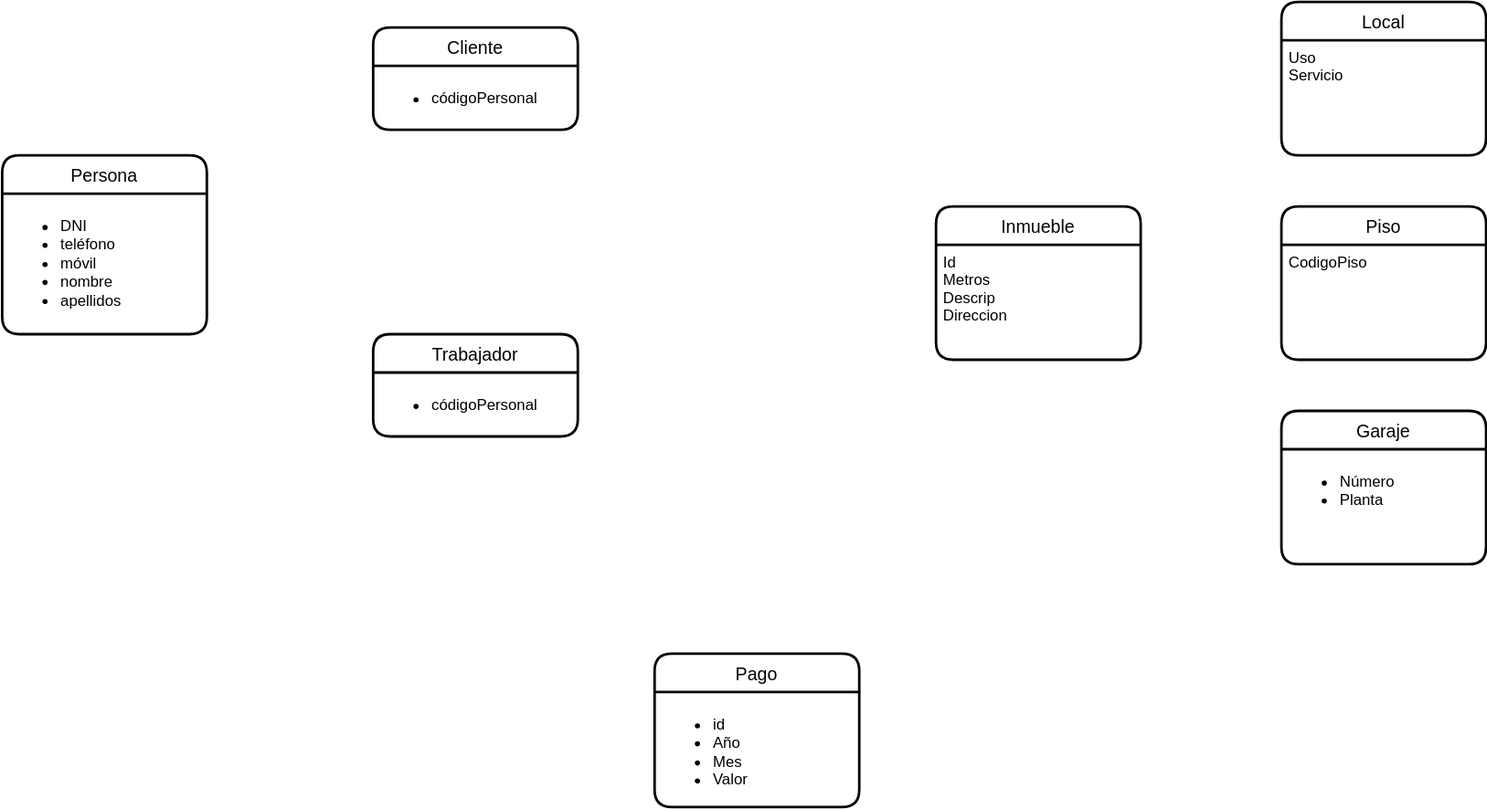
This is UD12-18.svg from Jimxx22/C3-UD11-UML, a draw.io export, as it was before one commit. Source tidied: cells renumbered, new cells last; positions are measured from the earlier drawing's top-left corner, leaving out a move shared by most shapes.
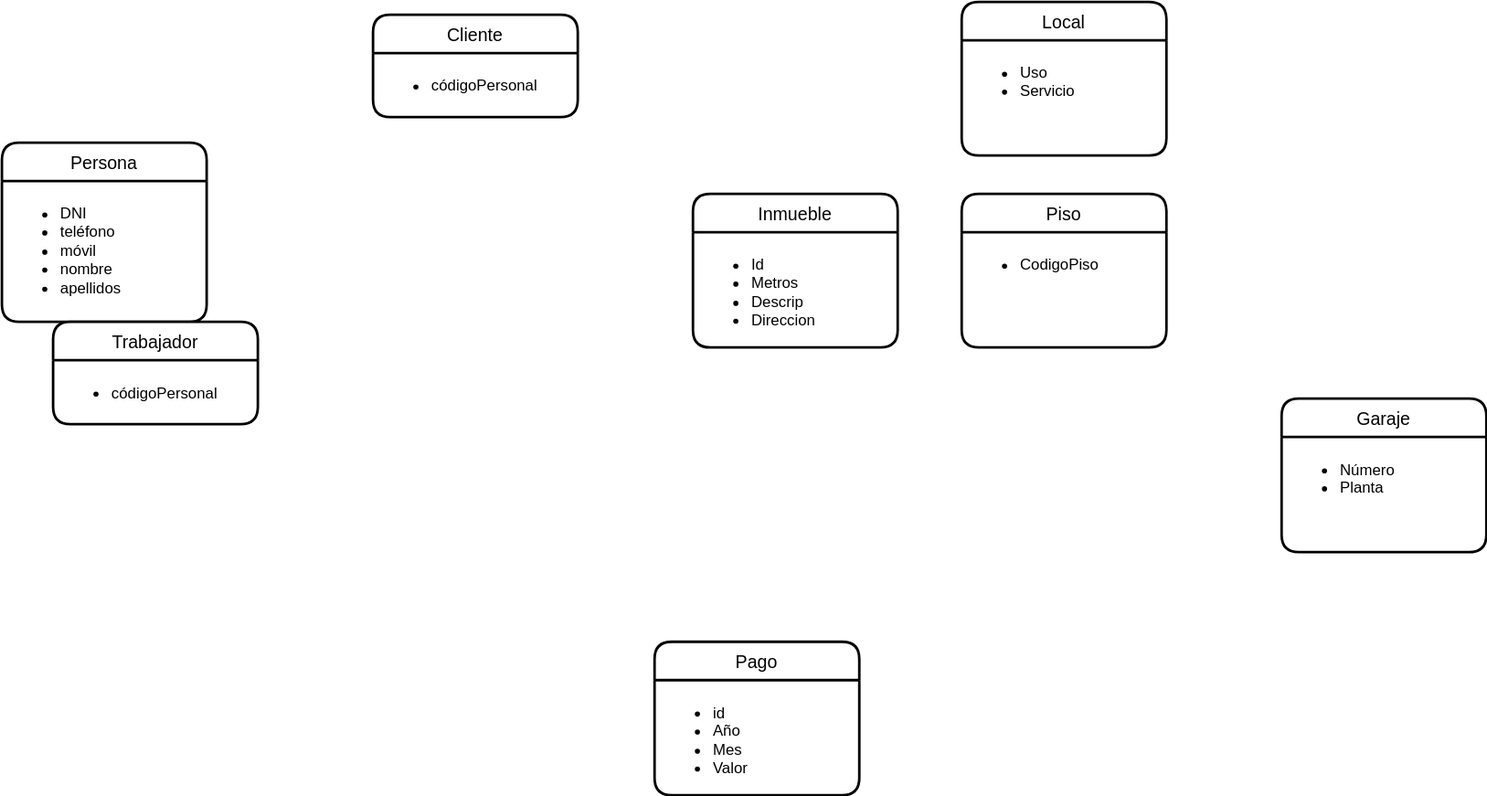
Later version of the same file.

Diff of the diagram source:
```diff
@@ -9,7 +9,7 @@
       <mxGeometry y="30" width="160" height="110" as="geometry" />
     </mxCell>
     <mxCell id="4" value="Trabajador" style="swimlane;horizontal=1;startSize=30;rounded=1;fontSize=14;fontStyle=0;strokeWidth=2;shadow=0;dashed=0;align=center;" parent="1" vertex="1">
-      <mxGeometry x="290" y="260" width="160" height="80" as="geometry" />
+      <mxGeometry x="40" y="260" width="160" height="80" as="geometry" />
     </mxCell>
     <mxCell id="5" value="&lt;ul&gt;&lt;li&gt;códigoPersonal&lt;/li&gt;&lt;/ul&gt;" style="align=left;strokeColor=none;fillColor=none;spacingLeft=4;fontSize=12;verticalAlign=top;html=1;" parent="4" vertex="1">
       <mxGeometry y="30" width="160" height="50" as="geometry" />
@@ -21,15 +21,15 @@
       <mxGeometry y="30" width="160" height="50" as="geometry" />
     </mxCell>
     <mxCell id="8" value="Inmueble" style="swimlane;horizontal=1;startSize=30;rounded=1;fontSize=14;fontStyle=0;strokeWidth=2;shadow=0;dashed=0;align=center;" parent="1" vertex="1">
-      <mxGeometry x="730" y="160" width="160" height="120" as="geometry" />
+      <mxGeometry x="540" y="160" width="160" height="120" as="geometry" />
     </mxCell>
-    <mxCell id="9" value="Id&#10;Metros&#10;Descrip&#10;Direccion" style="align=left;strokeColor=none;fillColor=none;spacingLeft=4;fontSize=12;verticalAlign=top;" parent="8" vertex="1">
+    <mxCell id="9" value="&lt;ul&gt;&lt;li&gt;Id&lt;/li&gt;&lt;li&gt;Metros&lt;/li&gt;&lt;li&gt;Descrip&lt;/li&gt;&lt;li&gt;Direccion&lt;/li&gt;&lt;/ul&gt;" style="align=left;strokeColor=none;fillColor=none;spacingLeft=4;fontSize=12;verticalAlign=top;html=1;" parent="8" vertex="1">
       <mxGeometry y="30" width="160" height="90" as="geometry" />
     </mxCell>
     <mxCell id="10" value="Local" style="swimlane;horizontal=1;startSize=30;rounded=1;fontSize=14;fontStyle=0;strokeWidth=2;shadow=0;dashed=0;align=center;" parent="1" vertex="1">
-      <mxGeometry x="1000" width="160" height="120" as="geometry" />
+      <mxGeometry x="750" y="10" width="160" height="120" as="geometry" />
     </mxCell>
-    <mxCell id="11" value="Uso&#10;Servicio" style="align=left;strokeColor=none;fillColor=none;spacingLeft=4;fontSize=12;verticalAlign=top;" parent="10" vertex="1">
+    <mxCell id="11" value="&lt;ul&gt;&lt;li&gt;Uso&lt;/li&gt;&lt;li&gt;Servicio&lt;/li&gt;&lt;/ul&gt;" style="align=left;strokeColor=none;fillColor=none;spacingLeft=4;fontSize=12;verticalAlign=top;html=1;" parent="10" vertex="1">
       <mxGeometry y="30" width="160" height="90" as="geometry" />
     </mxCell>
     <mxCell id="12" value="Garaje" style="swimlane;horizontal=1;startSize=30;rounded=1;fontSize=14;fontStyle=0;strokeWidth=2;shadow=0;dashed=0;align=center;" parent="1" vertex="1">
@@ -39,9 +39,9 @@
       <mxGeometry y="30" width="160" height="90" as="geometry" />
     </mxCell>
     <mxCell id="14" value="Piso" style="swimlane;horizontal=1;startSize=30;rounded=1;fontSize=14;fontStyle=0;strokeWidth=2;shadow=0;dashed=0;align=center;" parent="1" vertex="1">
-      <mxGeometry x="1000" y="160" width="160" height="120" as="geometry" />
+      <mxGeometry x="750" y="160" width="160" height="120" as="geometry" />
     </mxCell>
-    <mxCell id="15" value="CodigoPiso" style="align=left;strokeColor=none;fillColor=none;spacingLeft=4;fontSize=12;verticalAlign=top;" parent="14" vertex="1">
+    <mxCell id="15" value="&lt;ul&gt;&lt;li&gt;CodigoPiso&lt;/li&gt;&lt;/ul&gt;" style="align=left;strokeColor=none;fillColor=none;spacingLeft=4;fontSize=12;verticalAlign=top;html=1;" parent="14" vertex="1">
       <mxGeometry y="30" width="160" height="90" as="geometry" />
     </mxCell>
     <mxCell id="16" value="Pago" style="swimlane;horizontal=1;startSize=30;rounded=1;fontSize=14;fontStyle=0;strokeWidth=2;shadow=0;dashed=0;align=center;" parent="1" vertex="1">
```
